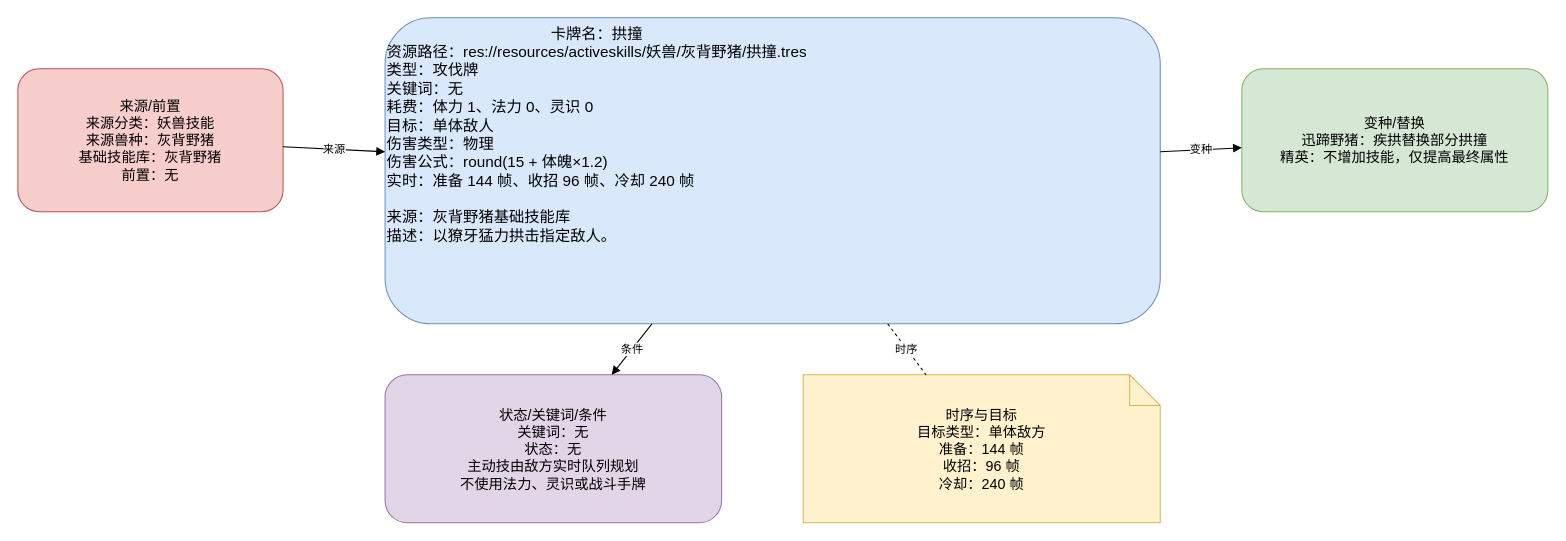
Before: docs/卡牌词典/妖兽/灰背野猪/拱撞.drawio in ankundanetracyc-spec/tian-guan-you-du, a draw.io diagram. Source tidied: cells renumbered, new cells numbered last; positions are measured from the earlier drawing's top-left corner, leaving out a move shared by most shapes. Both pictures are drawn from the tidied source at 102%, with x=0, y=0 at pixel (17, 17).
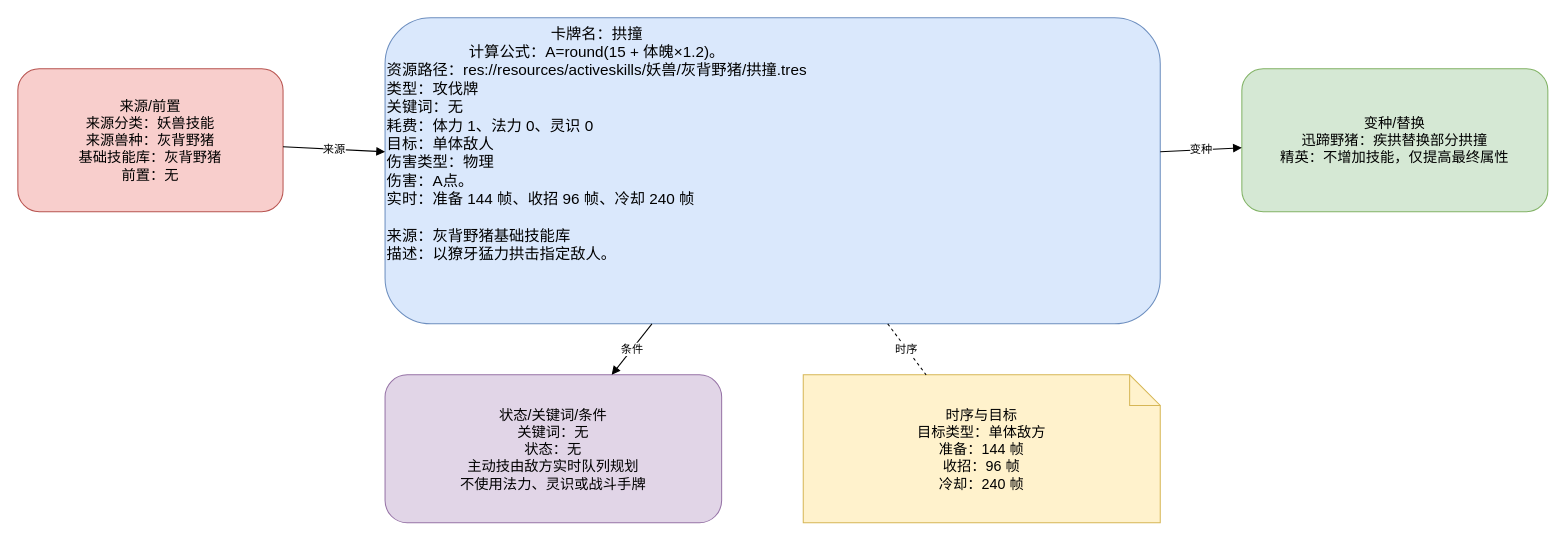
After the change.

The edit, as a diff of the source:
```diff
@@
 <mxGraphModel>
   <root>
     <mxCell id="0" />
     <mxCell id="1" parent="0" />
-    <mxCell id="2" value="&lt;div style=&quot;text-align:center;&quot;&gt;卡牌名：拱撞&lt;/div&gt;&lt;div style=&quot;text-align:left;&quot;&gt;资源路径：res://resources/activeskills/妖兽/灰背野猪/拱撞.tres&lt;br&gt;类型：攻伐牌&lt;br&gt;关键词：无&lt;br&gt;耗费：体力 1、法力 0、灵识 0&lt;br&gt;目标：单体敌人&lt;br&gt;伤害类型：物理&lt;br&gt;伤害公式：round(15 + 体魄×1.2)&lt;br&gt;实时：准备 144 帧、收招 96 帧、冷却 240 帧&lt;/div&gt;&lt;br&gt;来源：灰背野猪基础技能库&lt;br&gt;描述：以獠牙猛力拱击指定敌人。" style="rounded=1;whiteSpace=wrap;html=1;fillColor=#dae8fc;strokeColor=#6c8ebf;fontSize=15;align=left;verticalAlign=top;" parent="1" vertex="1">
+    <mxCell id="2" value="&lt;div style=&quot;text-align:center;&quot;&gt;卡牌名：拱撞&lt;br&gt;计算公式：A=round(15 + 体魄×1.2)。&lt;/div&gt;&lt;div style=&quot;text-align:left;&quot;&gt;资源路径：res://resources/activeskills/妖兽/灰背野猪/拱撞.tres&lt;br&gt;类型：攻伐牌&lt;br&gt;关键词：无&lt;br&gt;耗费：体力 1、法力 0、灵识 0&lt;br&gt;目标：单体敌人&lt;br&gt;伤害类型：物理&lt;br&gt;伤害：A点。&lt;br&gt;实时：准备 144 帧、收招 96 帧、冷却 240 帧&lt;/div&gt;&lt;br&gt;来源：灰背野猪基础技能库&lt;br&gt;描述：以獠牙猛力拱击指定敌人。" style="rounded=1;whiteSpace=wrap;html=1;fillColor=#dae8fc;strokeColor=#6c8ebf;fontSize=15;align=left;verticalAlign=top;" parent="1" vertex="1">
       <mxGeometry x="360" width="760" height="300" as="geometry" />
     </mxCell>
     <mxCell id="3" value="来源/前置&#10;来源分类：妖兽技能&#10;来源兽种：灰背野猪&#10;基础技能库：灰背野猪&#10;前置：无" style="rounded=1;whiteSpace=wrap;html=1;fillColor=#f8cecc;strokeColor=#b85450;fontSize=14;" parent="1" vertex="1">
       <mxGeometry y="50" width="260" height="140" as="geometry" />
     </mxCell>
     <mxCell id="4" value="变种/替换&#10;迅蹄野猪：疾拱替换部分拱撞&#10;精英：不增加技能，仅提高最终属性" style="rounded=1;whiteSpace=wrap;html=1;fillColor=#d5e8d4;strokeColor=#82b366;fontSize=14;" parent="1" vertex="1">
       <mxGeometry x="1200" y="50" width="300" height="140" as="geometry" />
     </mxCell>
     <mxCell id="5" value="状态/关键词/条件&#10;关键词：无&#10;状态：无&#10;主动技由敌方实时队列规划&#10;不使用法力、灵识或战斗手牌" style="rounded=1;whiteSpace=wrap;html=1;fillColor=#e1d5e7;strokeColor=#9673a6;fontSize=14;" parent="1" vertex="1">
       <mxGeometry x="360" y="350" width="330" height="145" as="geometry" />
     </mxCell>
     <mxCell id="6" value="时序与目标&#10;目标类型：单体敌方&#10;准备：144 帧&#10;收招：96 帧&#10;冷却：240 帧" style="shape=note;whiteSpace=wrap;html=1;fillColor=#fff2cc;strokeColor=#d6b656;fontSize=14;" parent="1" vertex="1">
       <mxGeometry x="770" y="350" width="350" height="145" as="geometry" />
     </mxCell>
     <mxCell id="7" value="来源" style="endArrow=block;html=1;rounded=0;" parent="1" edge="1" source="3" target="2">
       <mxGeometry relative="1" as="geometry" />
     </mxCell>
     <mxCell id="8" value="变种" style="endArrow=block;html=1;rounded=0;" parent="1" edge="1" source="2" target="4">
       <mxGeometry relative="1" as="geometry" />
     </mxCell>
     <mxCell id="9" value="条件" style="endArrow=block;html=1;rounded=0;" parent="1" edge="1" source="2" target="5">
       <mxGeometry relative="1" as="geometry" />
     </mxCell>
     <mxCell id="10" value="时序" style="endArrow=none;dashed=1;html=1;" parent="1" edge="1" source="2" target="6">
       <mxGeometry relative="1" as="geometry" />
     </mxCell>
   </root>
 </mxGraphModel>
```
